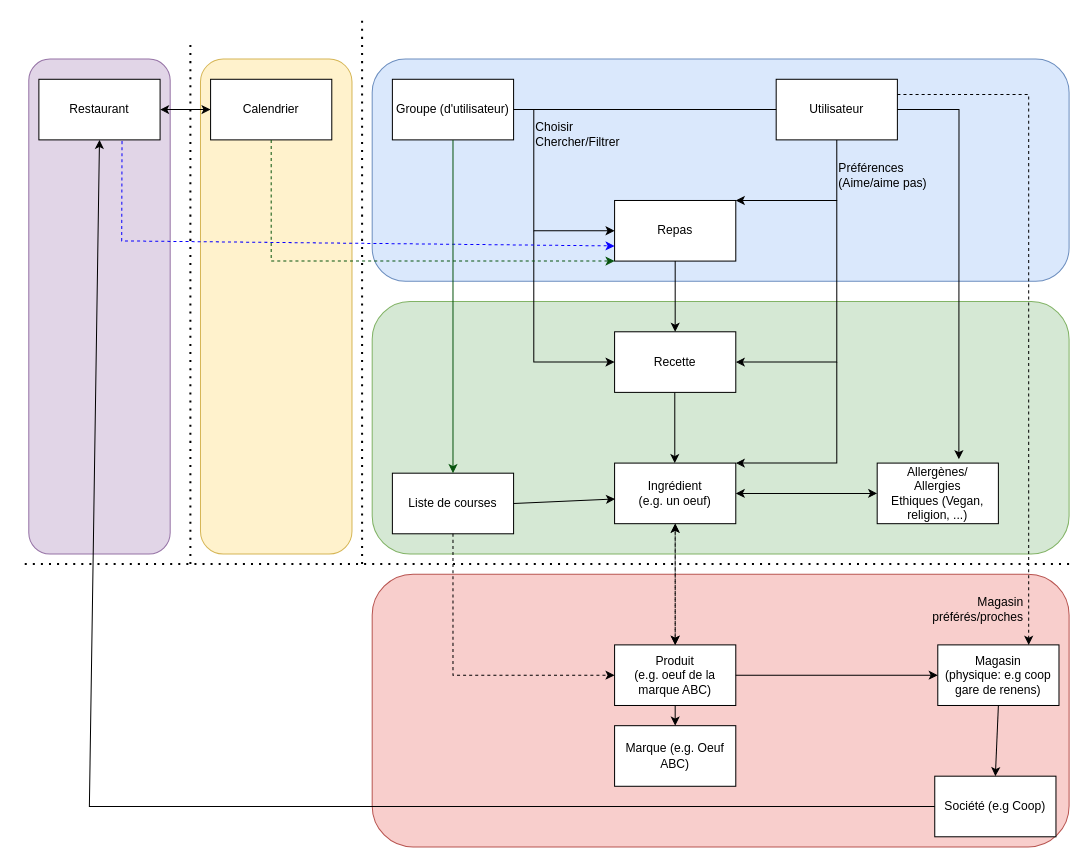
This is documentation/project management/img/model_diagram.drawio from PRO2022-Heig/heigvd-pro-01, a draw.io file, before an edit. Source tidied: cells renumbered, new cells numbered last; positions are measured from the earlier drawing's top-left corner, leaving out a move shared by most shapes. Both pictures are drawn from the tidied source at 101%, with x=0, y=0 at pixel (18, 18).
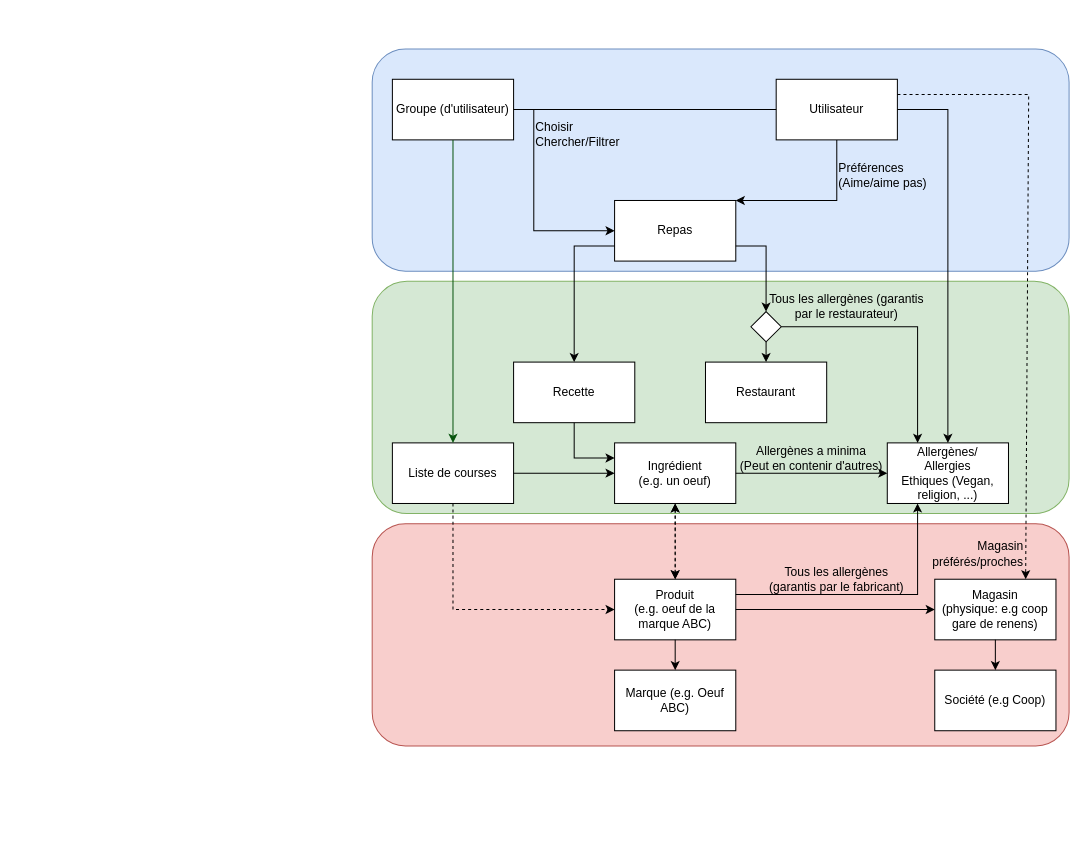
The same diagram, later.

Commit message (it also covers changes not shown here):
[DOCS] Update Model Diagram

Unchanged cells that the change refers to:
```xml
<mxCell id="11" value="&lt;div&gt;Utilisateur&lt;/div&gt;" style="rounded=0;whiteSpace=wrap;html=1;" parent="1" vertex="1">
  <mxGeometry x="750" y="60" width="120" height="60" as="geometry" />
</mxCell>
<mxCell id="13" value="Repas" style="rounded=0;whiteSpace=wrap;html=1;" parent="1" vertex="1">
  <mxGeometry x="590" y="180" width="120" height="60" as="geometry" />
</mxCell>
```

Diff of the diagram source:
```diff
@@
-    <mxCell id="2" style="rounded=1;whiteSpace=wrap;html=1;fillColor=#e1d5e7;strokeColor=#9673a6;" parent="1" vertex="1">
-      <mxGeometry x="10" y="40" width="140" height="490" as="geometry" />
-    </mxCell>
-    <mxCell id="3" style="rounded=1;whiteSpace=wrap;html=1;fillColor=#fff2cc;strokeColor=#d6b656;" parent="1" vertex="1">
-      <mxGeometry x="180" y="40" width="150" height="490" as="geometry" />
-    </mxCell>
     <mxCell id="4" style="rounded=1;whiteSpace=wrap;html=1;fillColor=#f8cecc;strokeColor=#b85450;" parent="1" vertex="1">
-      <mxGeometry x="350" y="550" width="690" height="270" as="geometry" />
+      <mxGeometry x="350" y="500" width="690" height="220" as="geometry" />
     </mxCell>
     <mxCell id="5" style="rounded=1;whiteSpace=wrap;html=1;fillColor=#d5e8d4;strokeColor=#82b366;" parent="1" vertex="1">
-      <mxGeometry x="350" y="280" width="690" height="250" as="geometry" />
+      <mxGeometry x="350" y="260" width="690" height="230" as="geometry" />
     </mxCell>
     <mxCell id="6" style="rounded=1;whiteSpace=wrap;html=1;fillColor=#dae8fc;strokeColor=#6c8ebf;" parent="1" vertex="1">
-      <mxGeometry x="350" y="40" width="690" height="220" as="geometry" />
+      <mxGeometry x="350" y="30" width="690" height="220" as="geometry" />
     </mxCell>
     <mxCell id="7" value="Ingrédient&lt;br&gt;(e.g. un oeuf)" style="rounded=0;whiteSpace=wrap;html=1;" parent="1" vertex="1">
-      <mxGeometry x="590" y="440" width="120" height="60" as="geometry" />
+      <mxGeometry x="590" y="420" width="120" height="60" as="geometry" />
     </mxCell>
@@
     <mxCell id="9" value="Produit&lt;br&gt;(e.g. oeuf de la marque ABC)" style="rounded=0;whiteSpace=wrap;html=1;" parent="1" vertex="1">
-      <mxGeometry x="590" y="620" width="120" height="60" as="geometry" />
+      <mxGeometry x="590" y="555" width="120" height="60" as="geometry" />
     </mxCell>
-    <mxCell id="10" style="endArrow=none;dashed=1;html=1;dashPattern=1 3;strokeWidth=2;rounded=0;" parent="1" edge="1">
-      <mxGeometry relative="1" as="geometry">
-        <mxPoint x="1040" y="540" as="sourcePoint" />
-        <mxPoint y="540" as="targetPoint" />
-      </mxGeometry>
-    </mxCell>
@@
     <mxCell id="14" value="Recette" style="rounded=0;whiteSpace=wrap;html=1;" parent="1" vertex="1">
-      <mxGeometry x="590" y="310" width="120" height="60" as="geometry" />
+      <mxGeometry x="490" y="340" width="120" height="60" as="geometry" />
     </mxCell>
@@
-    <mxCell id="18" style="endArrow=classic;html=1;rounded=0;entryX=0;entryY=0.5;entryDx=0;entryDy=0;" parent="1" edge="1" target="14">
-      <mxGeometry relative="1" as="geometry">
-        <mxPoint x="510" y="210" as="sourcePoint" />
-        <Array as="points">
-          <mxPoint x="510" y="340" />
-        </Array>
-      </mxGeometry>
-    </mxCell>
@@
-    <mxCell id="20" style="endArrow=classic;html=1;rounded=0;entryX=1;entryY=0.5;entryDx=0;entryDy=0;" parent="1" edge="1" target="14">
-      <mxGeometry relative="1" as="geometry">
-        <mxPoint x="810" y="180" as="sourcePoint" />
-        <Array as="points">
-          <mxPoint x="810" y="340" />
-        </Array>
-      </mxGeometry>
-    </mxCell>
@@
-    <mxCell id="22" style="endArrow=classic;html=1;rounded=0;entryX=1;entryY=0;entryDx=0;entryDy=0;" parent="1" edge="1" target="7">
-      <mxGeometry relative="1" as="geometry">
-        <mxPoint x="810" y="340" as="sourcePoint" />
-        <Array as="points">
-          <mxPoint x="810" y="440" />
-        </Array>
-      </mxGeometry>
-    </mxCell>
-    <mxCell id="23" style="endArrow=classic;html=1;rounded=0;entryX=1;entryY=0.5;entryDx=0;entryDy=0;exitX=0;exitY=0.5;exitDx=0;exitDy=0;startArrow=classic;startFill=1;" parent="1" edge="1" source="24" target="7">
+    <mxCell id="23" style="endArrow=none;html=1;rounded=0;entryX=1;entryY=0.5;entryDx=0;entryDy=0;exitX=0;exitY=0.5;exitDx=0;exitDy=0;startArrow=classic;startFill=1;endFill=0;" parent="1" edge="1" source="24" target="7">
       <mxGeometry relative="1" as="geometry" />
     </mxCell>
     <mxCell id="24" value="Allergènes/&lt;br&gt;Allergies&lt;br&gt;Ethiques (Vegan, religion, ...)" style="rounded=0;whiteSpace=wrap;html=1;" parent="1" vertex="1">
-      <mxGeometry x="850" y="440" width="120" height="60" as="geometry" />
+      <mxGeometry x="860" y="420" width="120" height="60" as="geometry" />
     </mxCell>
-    <mxCell id="25" style="endArrow=classic;html=1;rounded=0;entryX=0.674;entryY=-0.064;entryDx=0;entryDy=0;entryPerimeter=0;exitX=1;exitY=0.5;exitDx=0;exitDy=0;" parent="1" edge="1" source="11" target="24">
+    <mxCell id="25" style="endArrow=classic;html=1;rounded=0;exitX=1;exitY=0.5;exitDx=0;exitDy=0;" parent="1" edge="1" source="11" target="24">
       <mxGeometry relative="1" as="geometry">
         <Array as="points">
-          <mxPoint x="931" y="90" />
+          <mxPoint x="920" y="90" />
         </Array>
       </mxGeometry>
     </mxCell>
@@
     <mxCell id="27" value="Magasin&lt;br&gt;(physique: e.g coop gare de renens)" style="rounded=0;whiteSpace=wrap;html=1;" parent="1" vertex="1">
-      <mxGeometry x="910" y="620" width="120" height="60" as="geometry" />
+      <mxGeometry x="907" y="555" width="120" height="60" as="geometry" />
     </mxCell>
     <mxCell id="28" value="Marque (e.g. Oeuf ABC)" style="rounded=0;whiteSpace=wrap;html=1;" parent="1" vertex="1">
-      <mxGeometry x="590" y="700" width="120" height="60" as="geometry" />
+      <mxGeometry x="590" y="645" width="120" height="60" as="geometry" />
     </mxCell>
@@
     <mxCell id="30" value="&lt;div&gt;Liste de courses&lt;/div&gt;" style="rounded=0;whiteSpace=wrap;html=1;" parent="1" vertex="1">
-      <mxGeometry x="370" y="450" width="120" height="60" as="geometry" />
+      <mxGeometry x="370" y="420" width="120" height="60" as="geometry" />
     </mxCell>
-    <mxCell id="31" style="endArrow=classic;html=1;rounded=0;entryX=0.004;entryY=0.592;entryDx=0;entryDy=0;entryPerimeter=0;exitX=1;exitY=0.5;exitDx=0;exitDy=0;" parent="1" edge="1" source="30" target="7">
+    <mxCell id="31" style="endArrow=classic;html=1;rounded=0;entryX=0;entryY=0.5;entryDx=0;entryDy=0;exitX=1;exitY=0.5;exitDx=0;exitDy=0;" parent="1" edge="1" source="30" target="7">
       <mxGeometry relative="1" as="geometry" />
     </mxCell>
-    <mxCell id="32" style="endArrow=classic;html=1;rounded=0;exitX=0.5;exitY=1;exitDx=0;exitDy=0;" parent="1" edge="1" source="13" target="14">
-      <mxGeometry relative="1" as="geometry" />
+    <mxCell id="32" style="endArrow=classic;html=1;rounded=0;exitX=0;exitY=0.75;exitDx=0;exitDy=0;" parent="1" edge="1" source="13" target="14">
+      <mxGeometry relative="1" as="geometry">
+        <Array as="points">
+          <mxPoint x="550" y="225" />
+        </Array>
+      </mxGeometry>
     </mxCell>
-    <mxCell id="33" style="endArrow=classic;html=1;rounded=0;exitX=0.5;exitY=1;exitDx=0;exitDy=0;" parent="1" edge="1">
+    <mxCell id="33" style="endArrow=classic;html=1;rounded=0;exitX=0.5;exitY=1;exitDx=0;exitDy=0;entryX=0;entryY=0.25;entryDx=0;entryDy=0;" parent="1" edge="1" source="14" target="7">
       <mxGeometry relative="1" as="geometry">
-        <mxPoint x="649.6" y="370" as="sourcePoint" />
-        <mxPoint x="649.6" y="440" as="targetPoint" />
+        <Array as="points">
+          <mxPoint x="550" y="435" />
+        </Array>
       </mxGeometry>
     </mxCell>
     <mxCell id="34" style="endArrow=classic;html=1;rounded=0;entryX=0;entryY=0.5;entryDx=0;entryDy=0;exitX=0.5;exitY=1;exitDx=0;exitDy=0;dashed=1;" parent="1" edge="1" source="30" target="9">
       <mxGeometry relative="1" as="geometry">
         <Array as="points">
-          <mxPoint x="430" y="650" />
+          <mxPoint x="430" y="585" />
         </Array>
       </mxGeometry>
     </mxCell>
@@
     <mxCell id="36" value="&lt;div&gt;Société (e.g Coop)&lt;/div&gt;" style="rounded=0;whiteSpace=wrap;html=1;" parent="1" vertex="1">
-      <mxGeometry x="907" y="750" width="120" height="60" as="geometry" />
+      <mxGeometry x="907" y="645" width="120" height="60" as="geometry" />
     </mxCell>
@@
     <mxCell id="39" value="&lt;div&gt;Magasin préférés/proches&lt;/div&gt;" style="text;html=1;strokeColor=none;fillColor=none;align=right;verticalAlign=middle;whiteSpace=wrap;rounded=0;" parent="1" vertex="1">
-      <mxGeometry x="937" y="570" width="60" height="30" as="geometry" />
+      <mxGeometry x="937" y="515" width="60" height="30" as="geometry" />
     </mxCell>
-    <mxCell id="40" style="endArrow=none;dashed=1;html=1;dashPattern=1 3;strokeWidth=2;rounded=0;" parent="1" edge="1">
-      <mxGeometry relative="1" as="geometry">
-        <mxPoint x="340" y="540" as="sourcePoint" />
-        <mxPoint x="340" as="targetPoint" />
-      </mxGeometry>
-    </mxCell>
     <mxCell id="41" value="Restaurant" style="rounded=0;whiteSpace=wrap;html=1;" parent="1" vertex="1">
-      <mxGeometry x="20" y="60" width="120" height="60" as="geometry" />
+      <mxGeometry x="680" y="340" width="120" height="60" as="geometry" />
     </mxCell>
-    <mxCell id="42" style="endArrow=none;html=1;rounded=0;entryX=0;entryY=0.5;entryDx=0;entryDy=0;exitX=0.5;exitY=1;exitDx=0;exitDy=0;startArrow=classic;startFill=1;endFill=0;" parent="1" edge="1" source="41" target="36">
-      <mxGeometry relative="1" as="geometry">
-        <Array as="points">
-          <mxPoint x="70" y="780" />
-        </Array>
-      </mxGeometry>
-    </mxCell>
-    <mxCell id="43" style="endArrow=classic;html=1;rounded=0;entryX=0;entryY=0.75;entryDx=0;entryDy=0;exitX=0.686;exitY=1.02;exitDx=0;exitDy=0;exitPerimeter=0;strokeColor=#0800FF;dashed=1;" parent="1" edge="1" source="41" target="13">
-      <mxGeometry relative="1" as="geometry">
-        <Array as="points">
-          <mxPoint x="102" y="220" />
-        </Array>
-      </mxGeometry>
-    </mxCell>
-    <mxCell id="44" value="Calendrier" style="rounded=0;whiteSpace=wrap;html=1;" parent="1" vertex="1">
-      <mxGeometry x="190" y="60" width="120" height="60" as="geometry" />
-    </mxCell>
-    <mxCell id="45" style="endArrow=none;dashed=1;html=1;dashPattern=1 3;strokeWidth=2;rounded=0;" parent="1" edge="1">
-      <mxGeometry relative="1" as="geometry">
-        <mxPoint x="170" y="540" as="sourcePoint" />
-        <mxPoint x="170" y="20" as="targetPoint" />
-      </mxGeometry>
-    </mxCell>
-    <mxCell id="46" style="endArrow=classic;startArrow=classic;html=1;rounded=0;entryX=0;entryY=0.5;entryDx=0;entryDy=0;exitX=1;exitY=0.5;exitDx=0;exitDy=0;" parent="1" edge="1" source="41" target="44">
-      <mxGeometry relative="1" as="geometry" />
-    </mxCell>
-    <mxCell id="47" style="endArrow=classic;html=1;rounded=0;exitX=0.5;exitY=1;exitDx=0;exitDy=0;entryX=0;entryY=1;entryDx=0;entryDy=0;strokeColor=#08540E;dashed=1;" parent="1" edge="1" source="44" target="13">
-      <mxGeometry relative="1" as="geometry">
-        <Array as="points">
-          <mxPoint x="250" y="240" />
-        </Array>
-      </mxGeometry>
-    </mxCell>
@@
+    <mxCell id="49" style="endArrow=none;html=1;rounded=0;exitX=0.25;exitY=1;exitDx=0;exitDy=0;entryX=1;entryY=0.25;entryDx=0;entryDy=0;startArrow=classic;startFill=1;endFill=0;" parent="1" edge="1" source="24" target="9">
+      <mxGeometry relative="1" as="geometry">
+        <Array as="points">
+          <mxPoint x="890" y="570" />
+        </Array>
+      </mxGeometry>
+    </mxCell>
+    <mxCell id="50" style="rhombus;whiteSpace=wrap;html=1;" parent="1" vertex="1">
+      <mxGeometry x="725" y="290" width="30" height="30" as="geometry" />
+    </mxCell>
+    <mxCell id="51" style="endArrow=none;html=1;rounded=0;entryX=1;entryY=0.5;entryDx=0;entryDy=0;exitX=0.25;exitY=0;exitDx=0;exitDy=0;startArrow=classic;startFill=1;endFill=0;" parent="1" edge="1" source="24" target="50">
+      <mxGeometry relative="1" as="geometry">
+        <Array as="points">
+          <mxPoint x="890" y="305" />
+        </Array>
+      </mxGeometry>
+    </mxCell>
+    <mxCell id="52" style="endArrow=classic;html=1;rounded=0;exitX=1;exitY=0.75;exitDx=0;exitDy=0;entryX=0.5;entryY=0;entryDx=0;entryDy=0;" parent="1" edge="1" source="13" target="50">
+      <mxGeometry relative="1" as="geometry">
+        <Array as="points">
+          <mxPoint x="740" y="225" />
+        </Array>
+      </mxGeometry>
+    </mxCell>
+    <mxCell id="53" style="endArrow=classic;html=1;rounded=0;exitX=0.5;exitY=1;exitDx=0;exitDy=0;entryX=0.5;entryY=0;entryDx=0;entryDy=0;" parent="1" edge="1" source="50" target="41">
+      <mxGeometry relative="1" as="geometry" />
+    </mxCell>
+    <mxCell id="54" value="Tous les allergènes (garantis par le restaurateur)" style="text;html=1;strokeColor=none;fillColor=none;align=center;verticalAlign=middle;whiteSpace=wrap;rounded=0;" parent="1" vertex="1">
+      <mxGeometry x="740" y="270" width="160" height="30" as="geometry" />
+    </mxCell>
+    <mxCell id="55" value="Allergènes a minima&lt;br&gt;(Peut en contenir d'autres)" style="text;html=1;strokeColor=none;fillColor=none;align=center;verticalAlign=middle;whiteSpace=wrap;rounded=0;" parent="1" vertex="1">
+      <mxGeometry x="710" y="420" width="150" height="30" as="geometry" />
+    </mxCell>
+    <mxCell id="56" value="Tous les allergènes (garantis par le fabricant)" style="text;html=1;strokeColor=none;fillColor=none;align=center;verticalAlign=middle;whiteSpace=wrap;rounded=0;" parent="1" vertex="1">
+      <mxGeometry x="740" y="540" width="140" height="30" as="geometry" />
+    </mxCell>
```
